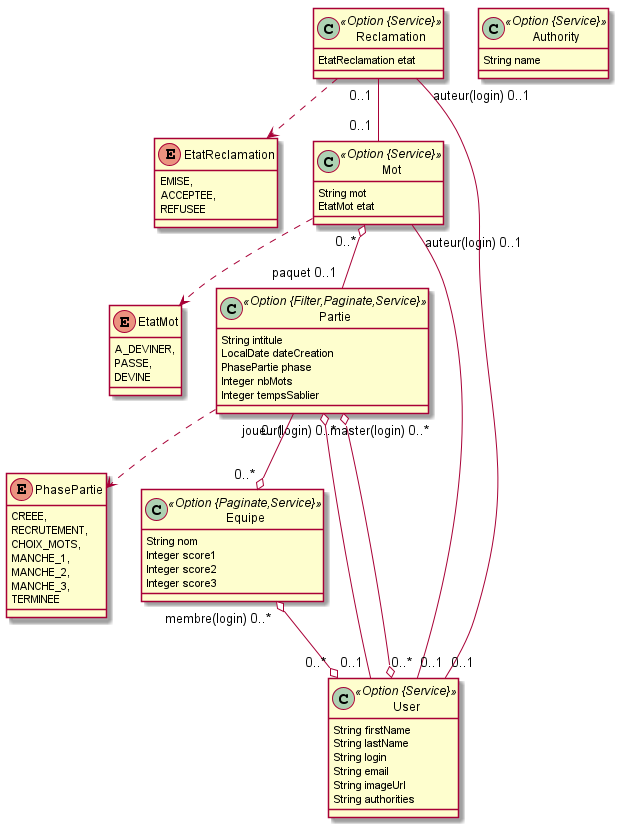
Letotoche/timesuponline keeps this PlantUML diagram as src/model/model.png. Above is the earlier version.
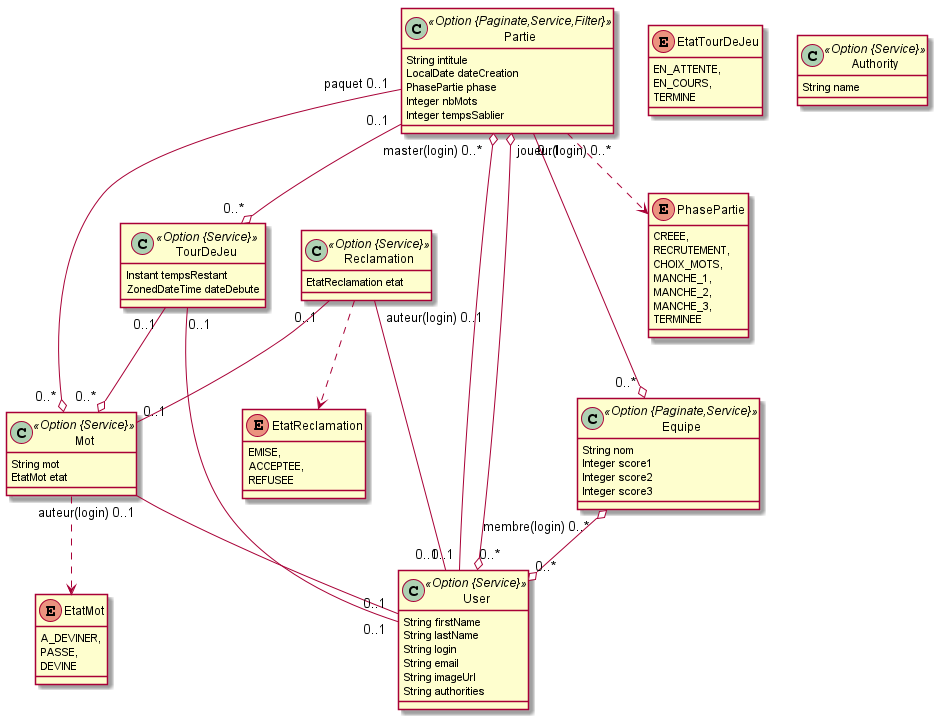
Above is the later version.

What changed in the source:
```diff
@@ -19,7 +19,12 @@
 		PASSE,
 		DEVINE
 	}
-	class Partie <<Option {Filter,Paginate,Service}>> {
+	enum EtatTourDeJeu {
+		EN_ATTENTE,
+		EN_COURS,
+		TERMINE
+	}
+	class Partie <<Option {Paginate,Service,Filter}>> {
 		String intitule
 		LocalDate dateCreation
 		PhasePartie phase
@@ -27,6 +32,10 @@
 		Integer tempsSablier
 	}
 	Partie ..> PhasePartie
+	class TourDeJeu <<Option {Service}>> {
+		Instant tempsRestant
+		ZonedDateTime dateDebute
+	}
 	class Equipe <<Option {Paginate,Service}>> {
 		String nom
 		Integer score1
@@ -45,11 +54,14 @@
 	Mot  "auteur(login) 0..1 " -- "0..1 "  User
 	Reclamation  "auteur(login) 0..1 " -- "0..1 "  User
 	Reclamation  "0..1 " -- "0..1 "  Mot
+	TourDeJeu  "0..1 " -- "0..1 "  User
 	Partie  "master(login) 0..* " o-- "0..1 "  User
 	Mot  "0..* " o-- "paquet 0..1 "  Partie
 	Partie  "joueur(login) 0..* " o--o "0..* "  User
 	Equipe  "membre(login) 0..* " o--o "0..* "  User
 	Partie  "0..1 " --o "0..* "  Equipe
+	TourDeJeu  "0..1 " --o "0..* "  Mot
+	Partie  "0..1 " --o "0..* "  TourDeJeu
 	class Authority <<Option {Service}>> {
 		String name
 	}
```
